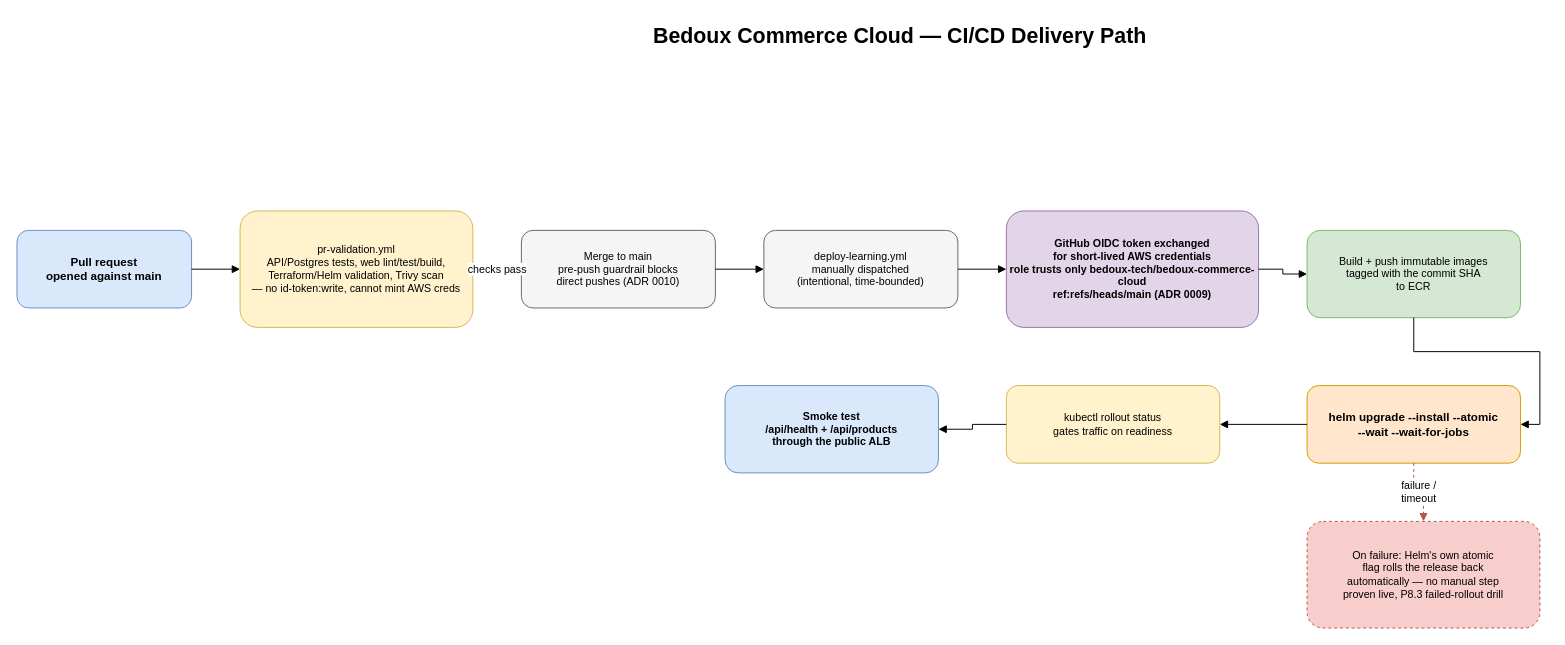
tsogtbatjargal/bedoux-commerce-cloud-gitops keeps this draw.io diagram as docs/diagrams/ci-cd.drawio. Above is the earlier version. Source tidied: cells renumbered, new cells numbered last; positions are measured from the earlier drawing's top-left corner, leaving out a move shared by most shapes. Both pictures are drawn from the tidied source at 97%, with x=0, y=0 at pixel (16, 16).
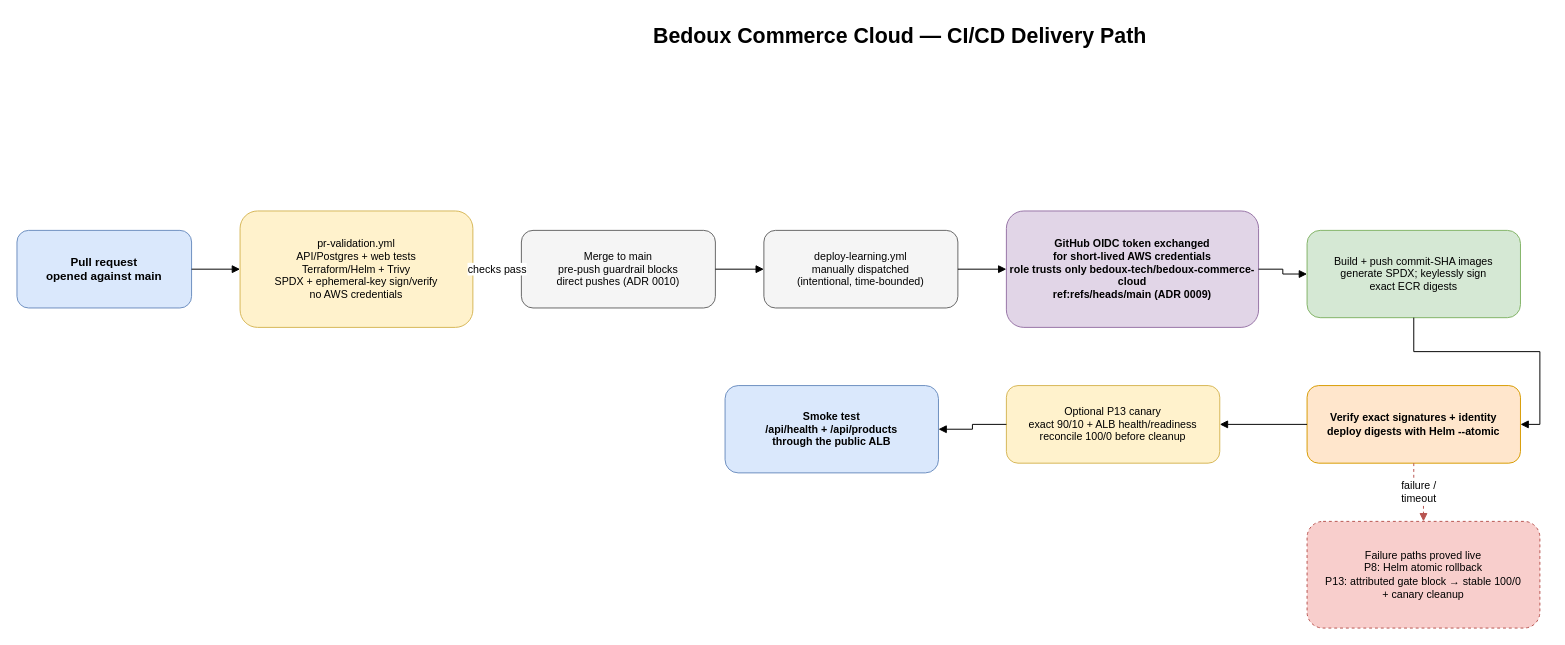
Above is the later version.

Diff of the diagram source:
```diff
@@
-    <mxCell id="4" value="pr-validation.yml&#10;API/Postgres tests, web lint/test/build,&#10;Terraform/Helm validation, Trivy scan&#10;— no id-token:write, cannot mint AWS creds" style="rounded=1;whiteSpace=wrap;html=1;fillColor=#fff2cc;strokeColor=#d6b656;fontSize=11;" parent="1" vertex="1">
+    <mxCell id="4" value="pr-validation.yml&#10;API/Postgres + web tests&#10;Terraform/Helm + Trivy&#10;SPDX + ephemeral-key sign/verify&#10;no AWS credentials" style="rounded=1;whiteSpace=wrap;html=1;fillColor=#fff2cc;strokeColor=#d6b656;fontSize=11;" parent="1" vertex="1">
       <mxGeometry x="230" y="200" width="240" height="120" as="geometry" />
     </mxCell>
@@
-    <mxCell id="8" value="Build + push immutable images&#10;tagged with the commit SHA&#10;to ECR" style="rounded=1;whiteSpace=wrap;html=1;fillColor=#d5e8d4;strokeColor=#82b366;fontSize=11;" parent="1" vertex="1">
+    <mxCell id="8" value="Build + push commit-SHA images&#10;generate SPDX; keylessly sign&#10;exact ECR digests" style="rounded=1;whiteSpace=wrap;html=1;fillColor=#d5e8d4;strokeColor=#82b366;fontSize=11;" parent="1" vertex="1">
       <mxGeometry x="1330" y="220" width="220" height="90" as="geometry" />
     </mxCell>
-    <mxCell id="9" value="helm upgrade --install --atomic&#10;--wait --wait-for-jobs" style="rounded=1;whiteSpace=wrap;html=1;fillColor=#ffe6cc;strokeColor=#d79b00;fontSize=12;fontStyle=1;" parent="1" vertex="1">
+    <mxCell id="9" value="Verify exact signatures + identity&#10;deploy digests with Helm --atomic" style="rounded=1;whiteSpace=wrap;html=1;fillColor=#ffe6cc;strokeColor=#d79b00;fontSize=11;fontStyle=1;" parent="1" vertex="1">
       <mxGeometry x="1330" y="380" width="220" height="80" as="geometry" />
     </mxCell>
-    <mxCell id="10" value="kubectl rollout status&#10;gates traffic on readiness" style="rounded=1;whiteSpace=wrap;html=1;fillColor=#fff2cc;strokeColor=#d6b656;fontSize=11;" parent="1" vertex="1">
+    <mxCell id="10" value="Optional P13 canary&#10;exact 90/10 + ALB health/readiness&#10;reconcile 100/0 before cleanup" style="rounded=1;whiteSpace=wrap;html=1;fillColor=#fff2cc;strokeColor=#d6b656;fontSize=11;" parent="1" vertex="1">
       <mxGeometry x="1020" y="380" width="220" height="80" as="geometry" />
     </mxCell>
@@
-    <mxCell id="12" value="On failure: Helm's own atomic&#10;flag rolls the release back&#10;automatically — no manual step&#10;proven live, P8.3 failed-rollout drill" style="rounded=1;whiteSpace=wrap;html=1;fillColor=#f8cecc;strokeColor=#b85450;fontSize=11;dashed=1;" parent="1" vertex="1">
+    <mxCell id="12" value="Failure paths proved live&#10;P8: Helm atomic rollback&#10;P13: attributed gate block → stable 100/0&#10;+ canary cleanup" style="rounded=1;whiteSpace=wrap;html=1;fillColor=#f8cecc;strokeColor=#b85450;fontSize=11;dashed=1;" parent="1" vertex="1">
       <mxGeometry x="1330" y="520" width="240" height="110" as="geometry" />
     </mxCell>
```
